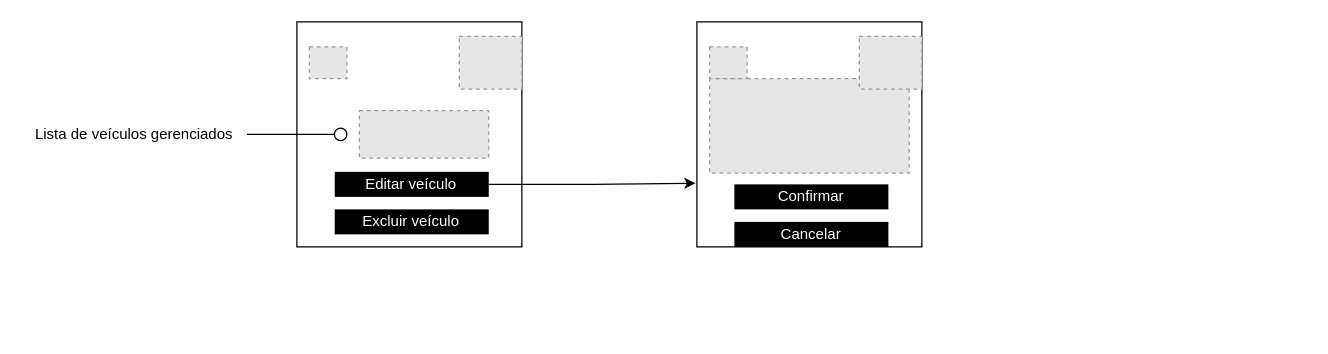
Above: Untitled Diagram.drawio in BrendaCoutinho/WebApplicationProject-Template (draw.io), before the change. Source tidied: cells renumbered, new cells numbered last; positions are measured from the earlier drawing's top-left corner, leaving out a move shared by most shapes. Both pictures are drawn from the tidied source at 125%, with x=0, y=0 at pixel (21, 21). Pictures stored in the file or linked from it are replaced by grey dashed boxes.
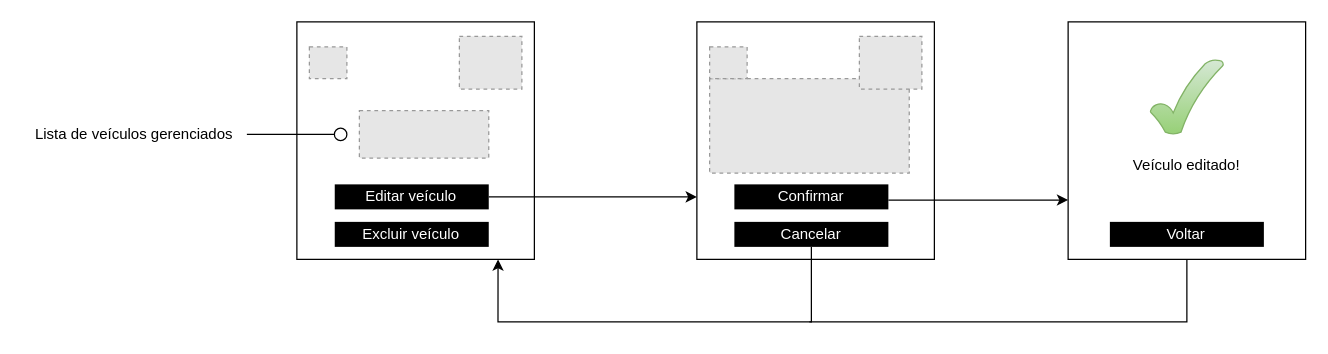
The same page after the edit.

Unchanged cells that the change refers to:
```xml
<mxCell id="16" value="&lt;span&gt;Confirmar&lt;/span&gt;" style="text;html=1;strokeColor=none;fillColor=#000000;align=center;verticalAlign=middle;whiteSpace=wrap;rounded=0;labelBackgroundColor=none;labelBorderColor=none;fontSize=12;fontColor=#FFFFFF;strokeWidth=0;" parent="1" vertex="1">
  <mxGeometry x="570" y="130" width="123.2" height="20" as="geometry" />
</mxCell>
<mxCell id="17" value="Cancelar" style="text;html=1;strokeColor=none;fillColor=#000000;align=center;verticalAlign=middle;whiteSpace=wrap;rounded=0;labelBackgroundColor=none;labelBorderColor=none;fontSize=12;fontColor=#FFFFFF;strokeWidth=0;" parent="1" vertex="1">
  <mxGeometry x="570" y="160" width="123.2" height="20" as="geometry" />
</mxCell>
```

What changed in the source:
```diff
@@
     <mxCell id="2" style="whiteSpace=wrap;html=1;fontSize=9;" parent="1" vertex="1">
-      <mxGeometry x="220" width="180" height="180" as="geometry" />
+      <mxGeometry x="220" width="190" height="190" as="geometry" />
     </mxCell>
@@
-    <mxCell id="7" style="edgeStyle=orthogonalEdgeStyle;rounded=0;jettySize=auto;html=1;fontSize=12;fontColor=#000000;endArrow=classic;endFill=1;entryX=-0.006;entryY=0.717;entryDx=0;entryDy=0;entryPerimeter=0;" parent="1" edge="1" source="8" target="12">
-      <mxGeometry relative="1" as="geometry" />
+    <mxCell id="7" style="edgeStyle=orthogonalEdgeStyle;rounded=0;jettySize=auto;html=1;fontSize=12;fontColor=#000000;endArrow=classic;endFill=1;" parent="1" edge="1" source="8">
+      <mxGeometry relative="1" as="geometry">
+        <mxPoint x="540" y="140" as="targetPoint" />
+        <Array as="points">
+          <mxPoint x="540" y="140" />
+        </Array>
+      </mxGeometry>
     </mxCell>
     <mxCell id="8" value="&lt;span style=&quot;&quot;&gt;Editar veículo&lt;/span&gt;" style="text;html=1;strokeColor=none;fillColor=#000000;align=center;verticalAlign=middle;whiteSpace=wrap;rounded=0;labelBackgroundColor=none;labelBorderColor=none;fontSize=12;fontColor=#FFFFFF;strokeWidth=0;" parent="1" vertex="1">
-      <mxGeometry x="250.3" y="120" width="123.2" height="20" as="geometry" />
+      <mxGeometry x="250.3" y="130" width="123.2" height="20" as="geometry" />
     </mxCell>
     <mxCell id="9" value="Excluir veículo" style="text;html=1;strokeColor=none;fillColor=#000000;align=center;verticalAlign=middle;whiteSpace=wrap;rounded=0;labelBackgroundColor=none;labelBorderColor=none;fontSize=12;fontColor=#FFFFFF;strokeWidth=0;" parent="1" vertex="1">
-      <mxGeometry x="250.3" y="150" width="123.2" height="20" as="geometry" />
+      <mxGeometry x="250.3" y="160" width="123.2" height="20" as="geometry" />
     </mxCell>
@@
     <mxCell id="12" style="whiteSpace=wrap;html=1;fontSize=9;" parent="1" vertex="1">
-      <mxGeometry x="540" width="180" height="180" as="geometry" />
+      <mxGeometry x="540" width="190" height="190" as="geometry" />
     </mxCell>
@@
+    <mxCell id="18" style="edgeStyle=orthogonalEdgeStyle;rounded=0;jettySize=auto;html=1;fontSize=12;fontColor=#000000;endArrow=classic;endFill=1;entryX=0;entryY=0.75;entryDx=0;entryDy=0;" parent="1" edge="1" source="16" target="21">
+      <mxGeometry relative="1" as="geometry">
+        <Array as="points">
+          <mxPoint x="765" y="143" />
+        </Array>
+      </mxGeometry>
+    </mxCell>
@@
+    <mxCell id="19" style="edgeStyle=orthogonalEdgeStyle;rounded=0;jettySize=auto;html=1;entryX=0.847;entryY=1;entryDx=0;entryDy=0;entryPerimeter=0;fontSize=12;fontColor=#000000;endArrow=classic;endFill=1;" parent="1" edge="1" source="17" target="2">
+      <mxGeometry relative="1" as="geometry">
+        <Array as="points">
+          <mxPoint x="632" y="240" />
+          <mxPoint x="381" y="240" />
+        </Array>
+      </mxGeometry>
+    </mxCell>
@@
+    <mxCell id="20" style="edgeStyle=orthogonalEdgeStyle;rounded=0;jettySize=auto;html=1;fontSize=12;fontColor=#000000;endArrow=none;endFill=0;" parent="1" edge="1" source="21">
+      <mxGeometry relative="1" as="geometry">
+        <mxPoint x="630" y="240" as="targetPoint" />
+        <Array as="points">
+          <mxPoint x="932" y="240" />
+        </Array>
+      </mxGeometry>
+    </mxCell>
+    <mxCell id="21" style="whiteSpace=wrap;html=1;fontSize=9;" parent="1" vertex="1">
+      <mxGeometry x="837" width="190" height="190" as="geometry" />
+    </mxCell>
+    <mxCell id="22" value="Veículo editado!" style="text;html=1;strokeColor=none;fillColor=none;align=center;verticalAlign=middle;whiteSpace=wrap;rounded=0;labelBackgroundColor=none;labelBorderColor=none;fontSize=12;fontColor=#000000;" parent="1" vertex="1">
+      <mxGeometry x="877" y="100" width="110" height="30" as="geometry" />
+    </mxCell>
+    <mxCell id="23" style="verticalLabelPosition=bottom;verticalAlign=top;html=1;shape=mxgraph.basic.tick;labelBackgroundColor=none;labelBorderColor=none;fontSize=12;strokeWidth=1;fillColor=#d5e8d4;gradientColor=#97d077;strokeColor=#82b366;" parent="1" vertex="1">
+      <mxGeometry x="902.8" y="30" width="58.4" height="60" as="geometry" />
+    </mxCell>
+    <mxCell id="24" value="Voltar" style="text;html=1;strokeColor=none;fillColor=#000000;align=center;verticalAlign=middle;whiteSpace=wrap;rounded=0;labelBackgroundColor=none;labelBorderColor=none;fontSize=12;fontColor=#FFFFFF;strokeWidth=0;" parent="1" vertex="1">
+      <mxGeometry x="870.4" y="160" width="123.2" height="20" as="geometry" />
+    </mxCell>
```
